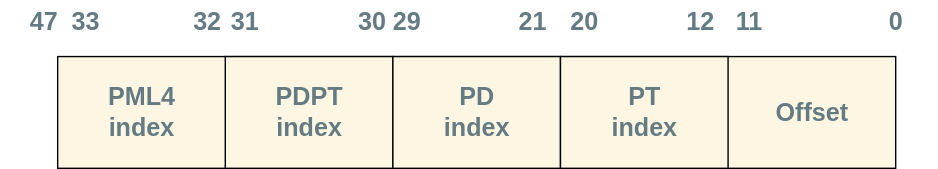
The draw.io diagram Booting/images/early-page-table.svg in 0xAX/linux-insides, before a commit. Source tidied: cells renumbered, new cells last; positions are measured from the earlier drawing's top-left corner, leaving out a move shared by most shapes. Source of this version:
```xml
<mxGraphModel>
  <root>
    <mxCell id="0" />
    <mxCell id="1" parent="0" />
    <mxCell id="2" style="rounded=0;whiteSpace=wrap;html=1;fillColor=#FDF6E3;" parent="1" vertex="1">
      <mxGeometry x="160" y="40" width="480" height="80" as="geometry" />
    </mxCell>
    <mxCell id="3" style="rounded=0;whiteSpace=wrap;html=1;fillColor=#FDF6E3;" parent="1" vertex="1">
      <mxGeometry x="160" y="40" width="120" height="80" as="geometry" />
    </mxCell>
    <mxCell id="4" style="rounded=0;whiteSpace=wrap;html=1;fillColor=#FDF6E3;" parent="1" vertex="1">
      <mxGeometry x="280" y="40" width="120" height="80" as="geometry" />
    </mxCell>
    <mxCell id="5" style="rounded=0;whiteSpace=wrap;html=1;fillColor=#FDF6E3;" parent="1" vertex="1">
      <mxGeometry x="400" y="40" width="120" height="80" as="geometry" />
    </mxCell>
    <mxCell id="6" value="&lt;font style=&quot;font-size: 18px; color: rgb(101, 123, 131);&quot;&gt;&lt;b&gt;11&lt;/b&gt;&lt;/font&gt;" style="text;html=1;align=center;verticalAlign=middle;whiteSpace=wrap;rounded=0;" parent="1" vertex="1">
      <mxGeometry x="505" width="60" height="30" as="geometry" />
    </mxCell>
    <mxCell id="7" value="&lt;font style=&quot;font-size: 18px; color: rgb(101, 123, 131);&quot;&gt;&lt;b&gt;0&lt;/b&gt;&lt;/font&gt;" style="text;html=1;align=center;verticalAlign=middle;whiteSpace=wrap;rounded=0;" parent="1" vertex="1">
      <mxGeometry x="610" width="60" height="30" as="geometry" />
    </mxCell>
    <mxCell id="8" value="&lt;font style=&quot;font-size: 18px; color: rgb(101, 123, 131);&quot;&gt;&lt;b&gt;12&lt;/b&gt;&lt;/font&gt;" style="text;html=1;align=center;verticalAlign=middle;whiteSpace=wrap;rounded=0;" parent="1" vertex="1">
      <mxGeometry x="470" width="60" height="30" as="geometry" />
    </mxCell>
    <mxCell id="9" value="&lt;font style=&quot;font-size: 18px; color: rgb(101, 123, 131);&quot;&gt;&lt;b&gt;20&lt;/b&gt;&lt;/font&gt;" style="text;html=1;align=center;verticalAlign=middle;whiteSpace=wrap;rounded=0;" parent="1" vertex="1">
      <mxGeometry x="387" width="60" height="30" as="geometry" />
    </mxCell>
    <mxCell id="10" value="&lt;font style=&quot;font-size: 18px; color: rgb(101, 123, 131);&quot;&gt;&lt;b&gt;21&lt;/b&gt;&lt;/font&gt;" style="text;html=1;align=center;verticalAlign=middle;whiteSpace=wrap;rounded=0;" parent="1" vertex="1">
      <mxGeometry x="350" width="60" height="30" as="geometry" />
    </mxCell>
    <mxCell id="11" value="&lt;font style=&quot;font-size: 18px; color: rgb(101, 123, 131);&quot;&gt;&lt;b&gt;29&lt;/b&gt;&lt;/font&gt;" style="text;html=1;align=center;verticalAlign=middle;whiteSpace=wrap;rounded=0;" parent="1" vertex="1">
      <mxGeometry x="260" width="60" height="30" as="geometry" />
    </mxCell>
    <mxCell id="12" value="&lt;font style=&quot;font-size: 18px; color: rgb(101, 123, 131);&quot;&gt;&lt;b&gt;30&lt;/b&gt;&lt;/font&gt;" style="text;html=1;align=center;verticalAlign=middle;whiteSpace=wrap;rounded=0;" parent="1" vertex="1">
      <mxGeometry x="235" width="60" height="30" as="geometry" />
    </mxCell>
    <mxCell id="13" style="rounded=0;whiteSpace=wrap;html=1;fillColor=#FDF6E3;" parent="1" vertex="1">
      <mxGeometry x="40" y="40" width="120" height="80" as="geometry" />
    </mxCell>
    <mxCell id="14" value="&lt;font style=&quot;font-size: 18px; color: rgb(101, 123, 131);&quot;&gt;&lt;b&gt;31&lt;/b&gt;&lt;/font&gt;" style="text;html=1;align=center;verticalAlign=middle;whiteSpace=wrap;rounded=0;" parent="1" vertex="1">
      <mxGeometry x="144" width="60" height="30" as="geometry" />
    </mxCell>
    <mxCell id="15" value="&lt;font style=&quot;font-size: 18px; color: rgb(101, 123, 131);&quot;&gt;&lt;b&gt;32&lt;/b&gt;&lt;/font&gt;" style="text;html=1;align=center;verticalAlign=middle;whiteSpace=wrap;rounded=0;" parent="1" vertex="1">
      <mxGeometry x="117" width="60" height="30" as="geometry" />
    </mxCell>
    <mxCell id="16" value="&lt;font style=&quot;font-size: 18px; color: rgb(101, 123, 131);&quot;&gt;&lt;b&gt;47&lt;/b&gt;&lt;/font&gt;" style="text;html=1;align=center;verticalAlign=middle;whiteSpace=wrap;rounded=0;" parent="1" vertex="1">
      <mxGeometry width="60" height="30" as="geometry" />
    </mxCell>
    <mxCell id="17" value="&lt;font style=&quot;font-size: 18px; color: rgb(101, 123, 131);&quot;&gt;&lt;b&gt;33&lt;/b&gt;&lt;/font&gt;" style="text;html=1;align=center;verticalAlign=middle;whiteSpace=wrap;rounded=0;" parent="1" vertex="1">
      <mxGeometry x="30" width="60" height="30" as="geometry" />
    </mxCell>
    <mxCell id="18" value="&lt;div&gt;&lt;font style=&quot;font-size: 18px; color: rgb(101, 123, 131);&quot;&gt;&lt;b&gt;PML4&lt;/b&gt;&lt;/font&gt;&lt;/div&gt;&lt;div&gt;&lt;font style=&quot;font-size: 18px; color: rgb(101, 123, 131);&quot;&gt;&lt;b&gt;index&lt;/b&gt;&lt;/font&gt;&lt;/div&gt;" style="text;html=1;align=center;verticalAlign=middle;whiteSpace=wrap;rounded=0;" parent="1" vertex="1">
      <mxGeometry x="70" y="65" width="60" height="30" as="geometry" />
    </mxCell>
    <mxCell id="19" value="&lt;div&gt;&lt;font style=&quot;font-size: 18px; color: rgb(101, 123, 131);&quot;&gt;&lt;b&gt;PDPT&lt;/b&gt;&lt;/font&gt;&lt;/div&gt;&lt;div&gt;&lt;font style=&quot;font-size: 18px; color: rgb(101, 123, 131);&quot;&gt;&lt;b&gt;&lt;font&gt;index&lt;/font&gt;&lt;/b&gt;&lt;/font&gt;&lt;/div&gt;" style="text;html=1;align=center;verticalAlign=middle;whiteSpace=wrap;rounded=0;" parent="1" vertex="1">
      <mxGeometry x="190" y="65" width="60" height="30" as="geometry" />
    </mxCell>
    <mxCell id="20" value="&lt;div&gt;&lt;font style=&quot;font-size: 18px; color: rgb(101, 123, 131);&quot;&gt;&lt;b&gt;PD&lt;/b&gt;&lt;/font&gt;&lt;/div&gt;&lt;div&gt;&lt;font style=&quot;font-size: 18px; color: rgb(101, 123, 131);&quot;&gt;&lt;b&gt;index&lt;/b&gt;&lt;/font&gt;&lt;/div&gt;" style="text;html=1;align=center;verticalAlign=middle;whiteSpace=wrap;rounded=0;" parent="1" vertex="1">
      <mxGeometry x="310" y="65" width="60" height="30" as="geometry" />
    </mxCell>
    <mxCell id="21" value="&lt;div&gt;&lt;font style=&quot;font-size: 18px; color: rgb(101, 123, 131);&quot;&gt;&lt;b&gt;PT&lt;/b&gt;&lt;/font&gt;&lt;/div&gt;&lt;div&gt;&lt;font style=&quot;font-size: 18px; color: rgb(101, 123, 131);&quot;&gt;&lt;b&gt;index&lt;/b&gt;&lt;/font&gt;&lt;/div&gt;" style="text;html=1;align=center;verticalAlign=middle;whiteSpace=wrap;rounded=0;" parent="1" vertex="1">
      <mxGeometry x="430" y="65" width="60" height="30" as="geometry" />
    </mxCell>
    <mxCell id="22" value="&lt;b style=&quot;color: rgb(101, 123, 131);&quot;&gt;&lt;font style=&quot;font-size: 18px;&quot;&gt;Offset&lt;/font&gt;&lt;/b&gt;" style="text;html=1;align=center;verticalAlign=middle;whiteSpace=wrap;rounded=0;" parent="1" vertex="1">
      <mxGeometry x="550" y="65" width="60" height="30" as="geometry" />
    </mxCell>
  </root>
</mxGraphModel>
```
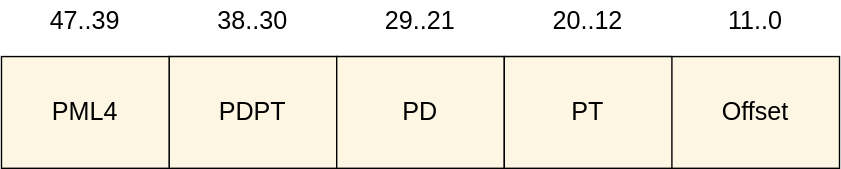
The same file after the commit.

Change to the diagram source:
```diff
@@ -2,68 +2,50 @@
   <root>
     <mxCell id="0" />
     <mxCell id="1" parent="0" />
-    <mxCell id="2" style="rounded=0;whiteSpace=wrap;html=1;fillColor=#FDF6E3;" parent="1" vertex="1">
+    <mxCell id="2" style="rounded=0;whiteSpace=wrap;html=1;fillColor=#FDF6E3;fontColor=#000000;fontStyle=0;" parent="1" vertex="1">
       <mxGeometry x="160" y="40" width="480" height="80" as="geometry" />
     </mxCell>
-    <mxCell id="3" style="rounded=0;whiteSpace=wrap;html=1;fillColor=#FDF6E3;" parent="1" vertex="1">
+    <mxCell id="3" style="rounded=0;whiteSpace=wrap;html=1;fillColor=#FDF6E3;fontColor=#000000;fontStyle=0;" parent="1" vertex="1">
       <mxGeometry x="160" y="40" width="120" height="80" as="geometry" />
     </mxCell>
-    <mxCell id="4" style="rounded=0;whiteSpace=wrap;html=1;fillColor=#FDF6E3;" parent="1" vertex="1">
+    <mxCell id="4" style="rounded=0;whiteSpace=wrap;html=1;fillColor=#FDF6E3;fontColor=#000000;fontStyle=0;" parent="1" vertex="1">
       <mxGeometry x="280" y="40" width="120" height="80" as="geometry" />
     </mxCell>
-    <mxCell id="5" style="rounded=0;whiteSpace=wrap;html=1;fillColor=#FDF6E3;" parent="1" vertex="1">
+    <mxCell id="5" style="rounded=0;whiteSpace=wrap;html=1;fillColor=#FDF6E3;fontColor=#000000;fontStyle=0;" parent="1" vertex="1">
       <mxGeometry x="400" y="40" width="120" height="80" as="geometry" />
     </mxCell>
-    <mxCell id="6" value="&lt;font style=&quot;font-size: 18px; color: rgb(101, 123, 131);&quot;&gt;&lt;b&gt;11&lt;/b&gt;&lt;/font&gt;" style="text;html=1;align=center;verticalAlign=middle;whiteSpace=wrap;rounded=0;" parent="1" vertex="1">
-      <mxGeometry x="505" width="60" height="30" as="geometry" />
-    </mxCell>
-    <mxCell id="7" value="&lt;font style=&quot;font-size: 18px; color: rgb(101, 123, 131);&quot;&gt;&lt;b&gt;0&lt;/b&gt;&lt;/font&gt;" style="text;html=1;align=center;verticalAlign=middle;whiteSpace=wrap;rounded=0;" parent="1" vertex="1">
-      <mxGeometry x="610" width="60" height="30" as="geometry" />
-    </mxCell>
-    <mxCell id="8" value="&lt;font style=&quot;font-size: 18px; color: rgb(101, 123, 131);&quot;&gt;&lt;b&gt;12&lt;/b&gt;&lt;/font&gt;" style="text;html=1;align=center;verticalAlign=middle;whiteSpace=wrap;rounded=0;" parent="1" vertex="1">
-      <mxGeometry x="470" width="60" height="30" as="geometry" />
-    </mxCell>
-    <mxCell id="9" value="&lt;font style=&quot;font-size: 18px; color: rgb(101, 123, 131);&quot;&gt;&lt;b&gt;20&lt;/b&gt;&lt;/font&gt;" style="text;html=1;align=center;verticalAlign=middle;whiteSpace=wrap;rounded=0;" parent="1" vertex="1">
-      <mxGeometry x="387" width="60" height="30" as="geometry" />
-    </mxCell>
-    <mxCell id="10" value="&lt;font style=&quot;font-size: 18px; color: rgb(101, 123, 131);&quot;&gt;&lt;b&gt;21&lt;/b&gt;&lt;/font&gt;" style="text;html=1;align=center;verticalAlign=middle;whiteSpace=wrap;rounded=0;" parent="1" vertex="1">
-      <mxGeometry x="350" width="60" height="30" as="geometry" />
-    </mxCell>
-    <mxCell id="11" value="&lt;font style=&quot;font-size: 18px; color: rgb(101, 123, 131);&quot;&gt;&lt;b&gt;29&lt;/b&gt;&lt;/font&gt;" style="text;html=1;align=center;verticalAlign=middle;whiteSpace=wrap;rounded=0;" parent="1" vertex="1">
-      <mxGeometry x="260" width="60" height="30" as="geometry" />
-    </mxCell>
-    <mxCell id="12" value="&lt;font style=&quot;font-size: 18px; color: rgb(101, 123, 131);&quot;&gt;&lt;b&gt;30&lt;/b&gt;&lt;/font&gt;" style="text;html=1;align=center;verticalAlign=middle;whiteSpace=wrap;rounded=0;" parent="1" vertex="1">
-      <mxGeometry x="235" width="60" height="30" as="geometry" />
-    </mxCell>
-    <mxCell id="13" style="rounded=0;whiteSpace=wrap;html=1;fillColor=#FDF6E3;" parent="1" vertex="1">
+    <mxCell id="13" style="rounded=0;whiteSpace=wrap;html=1;fillColor=#FDF6E3;fontColor=#000000;fontStyle=0;" parent="1" vertex="1">
       <mxGeometry x="40" y="40" width="120" height="80" as="geometry" />
     </mxCell>
-    <mxCell id="14" value="&lt;font style=&quot;font-size: 18px; color: rgb(101, 123, 131);&quot;&gt;&lt;b&gt;31&lt;/b&gt;&lt;/font&gt;" style="text;html=1;align=center;verticalAlign=middle;whiteSpace=wrap;rounded=0;" parent="1" vertex="1">
-      <mxGeometry x="144" width="60" height="30" as="geometry" />
-    </mxCell>
-    <mxCell id="15" value="&lt;font style=&quot;font-size: 18px; color: rgb(101, 123, 131);&quot;&gt;&lt;b&gt;32&lt;/b&gt;&lt;/font&gt;" style="text;html=1;align=center;verticalAlign=middle;whiteSpace=wrap;rounded=0;" parent="1" vertex="1">
-      <mxGeometry x="117" width="60" height="30" as="geometry" />
-    </mxCell>
-    <mxCell id="16" value="&lt;font style=&quot;font-size: 18px; color: rgb(101, 123, 131);&quot;&gt;&lt;b&gt;47&lt;/b&gt;&lt;/font&gt;" style="text;html=1;align=center;verticalAlign=middle;whiteSpace=wrap;rounded=0;" parent="1" vertex="1">
-      <mxGeometry width="60" height="30" as="geometry" />
-    </mxCell>
-    <mxCell id="17" value="&lt;font style=&quot;font-size: 18px; color: rgb(101, 123, 131);&quot;&gt;&lt;b&gt;33&lt;/b&gt;&lt;/font&gt;" style="text;html=1;align=center;verticalAlign=middle;whiteSpace=wrap;rounded=0;" parent="1" vertex="1">
-      <mxGeometry x="30" width="60" height="30" as="geometry" />
-    </mxCell>
-    <mxCell id="18" value="&lt;div&gt;&lt;font style=&quot;font-size: 18px; color: rgb(101, 123, 131);&quot;&gt;&lt;b&gt;PML4&lt;/b&gt;&lt;/font&gt;&lt;/div&gt;&lt;div&gt;&lt;font style=&quot;font-size: 18px; color: rgb(101, 123, 131);&quot;&gt;&lt;b&gt;index&lt;/b&gt;&lt;/font&gt;&lt;/div&gt;" style="text;html=1;align=center;verticalAlign=middle;whiteSpace=wrap;rounded=0;" parent="1" vertex="1">
+    <mxCell id="18" value="&lt;div&gt;&lt;font style=&quot;font-size: 18px;&quot;&gt;&lt;span&gt;PML4&lt;/span&gt;&lt;/font&gt;&lt;/div&gt;" style="text;html=1;align=center;verticalAlign=middle;whiteSpace=wrap;rounded=0;fontColor=#000000;fontStyle=0;" parent="1" vertex="1">
       <mxGeometry x="70" y="65" width="60" height="30" as="geometry" />
     </mxCell>
-    <mxCell id="19" value="&lt;div&gt;&lt;font style=&quot;font-size: 18px; color: rgb(101, 123, 131);&quot;&gt;&lt;b&gt;PDPT&lt;/b&gt;&lt;/font&gt;&lt;/div&gt;&lt;div&gt;&lt;font style=&quot;font-size: 18px; color: rgb(101, 123, 131);&quot;&gt;&lt;b&gt;&lt;font&gt;index&lt;/font&gt;&lt;/b&gt;&lt;/font&gt;&lt;/div&gt;" style="text;html=1;align=center;verticalAlign=middle;whiteSpace=wrap;rounded=0;" parent="1" vertex="1">
+    <mxCell id="19" value="&lt;div&gt;&lt;font style=&quot;font-size: 18px;&quot;&gt;&lt;span&gt;PDPT&lt;/span&gt;&lt;/font&gt;&lt;/div&gt;" style="text;html=1;align=center;verticalAlign=middle;whiteSpace=wrap;rounded=0;fontColor=#000000;fontStyle=0;" parent="1" vertex="1">
       <mxGeometry x="190" y="65" width="60" height="30" as="geometry" />
     </mxCell>
-    <mxCell id="20" value="&lt;div&gt;&lt;font style=&quot;font-size: 18px; color: rgb(101, 123, 131);&quot;&gt;&lt;b&gt;PD&lt;/b&gt;&lt;/font&gt;&lt;/div&gt;&lt;div&gt;&lt;font style=&quot;font-size: 18px; color: rgb(101, 123, 131);&quot;&gt;&lt;b&gt;index&lt;/b&gt;&lt;/font&gt;&lt;/div&gt;" style="text;html=1;align=center;verticalAlign=middle;whiteSpace=wrap;rounded=0;" parent="1" vertex="1">
+    <mxCell id="20" value="&lt;div&gt;&lt;font style=&quot;font-size: 18px;&quot;&gt;&lt;span&gt;PD&lt;/span&gt;&lt;/font&gt;&lt;/div&gt;" style="text;html=1;align=center;verticalAlign=middle;whiteSpace=wrap;rounded=0;fontColor=#000000;fontStyle=0;" parent="1" vertex="1">
       <mxGeometry x="310" y="65" width="60" height="30" as="geometry" />
     </mxCell>
-    <mxCell id="21" value="&lt;div&gt;&lt;font style=&quot;font-size: 18px; color: rgb(101, 123, 131);&quot;&gt;&lt;b&gt;PT&lt;/b&gt;&lt;/font&gt;&lt;/div&gt;&lt;div&gt;&lt;font style=&quot;font-size: 18px; color: rgb(101, 123, 131);&quot;&gt;&lt;b&gt;index&lt;/b&gt;&lt;/font&gt;&lt;/div&gt;" style="text;html=1;align=center;verticalAlign=middle;whiteSpace=wrap;rounded=0;" parent="1" vertex="1">
+    <mxCell id="21" value="&lt;div&gt;&lt;font style=&quot;font-size: 18px;&quot;&gt;&lt;span&gt;PT&lt;/span&gt;&lt;/font&gt;&lt;/div&gt;" style="text;html=1;align=center;verticalAlign=middle;whiteSpace=wrap;rounded=0;fontColor=#000000;fontStyle=0;" parent="1" vertex="1">
       <mxGeometry x="430" y="65" width="60" height="30" as="geometry" />
     </mxCell>
-    <mxCell id="22" value="&lt;b style=&quot;color: rgb(101, 123, 131);&quot;&gt;&lt;font style=&quot;font-size: 18px;&quot;&gt;Offset&lt;/font&gt;&lt;/b&gt;" style="text;html=1;align=center;verticalAlign=middle;whiteSpace=wrap;rounded=0;" parent="1" vertex="1">
+    <mxCell id="22" value="&lt;span style=&quot;&quot;&gt;&lt;font style=&quot;font-size: 18px;&quot;&gt;Offset&lt;/font&gt;&lt;/span&gt;" style="text;html=1;align=center;verticalAlign=middle;whiteSpace=wrap;rounded=0;fontColor=#000000;fontStyle=0;" parent="1" vertex="1">
       <mxGeometry x="550" y="65" width="60" height="30" as="geometry" />
     </mxCell>
+    <mxCell id="23" value="&lt;font style=&quot;font-size: 18px;&quot;&gt;11..0&lt;/font&gt;" style="text;html=1;whiteSpace=wrap;strokeColor=none;fillColor=none;align=center;verticalAlign=middle;rounded=0;" parent="1" vertex="1">
+      <mxGeometry x="550" width="60" height="30" as="geometry" />
+    </mxCell>
+    <mxCell id="24" value="&lt;div&gt;&lt;font style=&quot;font-size: 18px;&quot;&gt;20..12&lt;/font&gt;&lt;/div&gt;" style="text;html=1;whiteSpace=wrap;strokeColor=none;fillColor=none;align=center;verticalAlign=middle;rounded=0;" parent="1" vertex="1">
+      <mxGeometry x="430" width="60" height="30" as="geometry" />
+    </mxCell>
+    <mxCell id="25" value="&lt;font style=&quot;font-size: 18px;&quot;&gt;29..21&lt;/font&gt;" style="text;html=1;whiteSpace=wrap;strokeColor=none;fillColor=none;align=center;verticalAlign=middle;rounded=0;" parent="1" vertex="1">
+      <mxGeometry x="310" width="60" height="30" as="geometry" />
+    </mxCell>
+    <mxCell id="26" value="&lt;font style=&quot;font-size: 18px;&quot;&gt;38..30&lt;/font&gt;" style="text;html=1;whiteSpace=wrap;strokeColor=none;fillColor=none;align=center;verticalAlign=middle;rounded=0;" parent="1" vertex="1">
+      <mxGeometry x="190" width="60" height="30" as="geometry" />
+    </mxCell>
+    <mxCell id="27" value="&lt;div&gt;&lt;font style=&quot;font-size: 18px;&quot;&gt;47..39&lt;/font&gt;&lt;/div&gt;" style="text;html=1;whiteSpace=wrap;strokeColor=none;fillColor=none;align=center;verticalAlign=middle;rounded=0;" parent="1" vertex="1">
+      <mxGeometry x="70" width="60" height="30" as="geometry" />
+    </mxCell>
   </root>
 </mxGraphModel>
```
